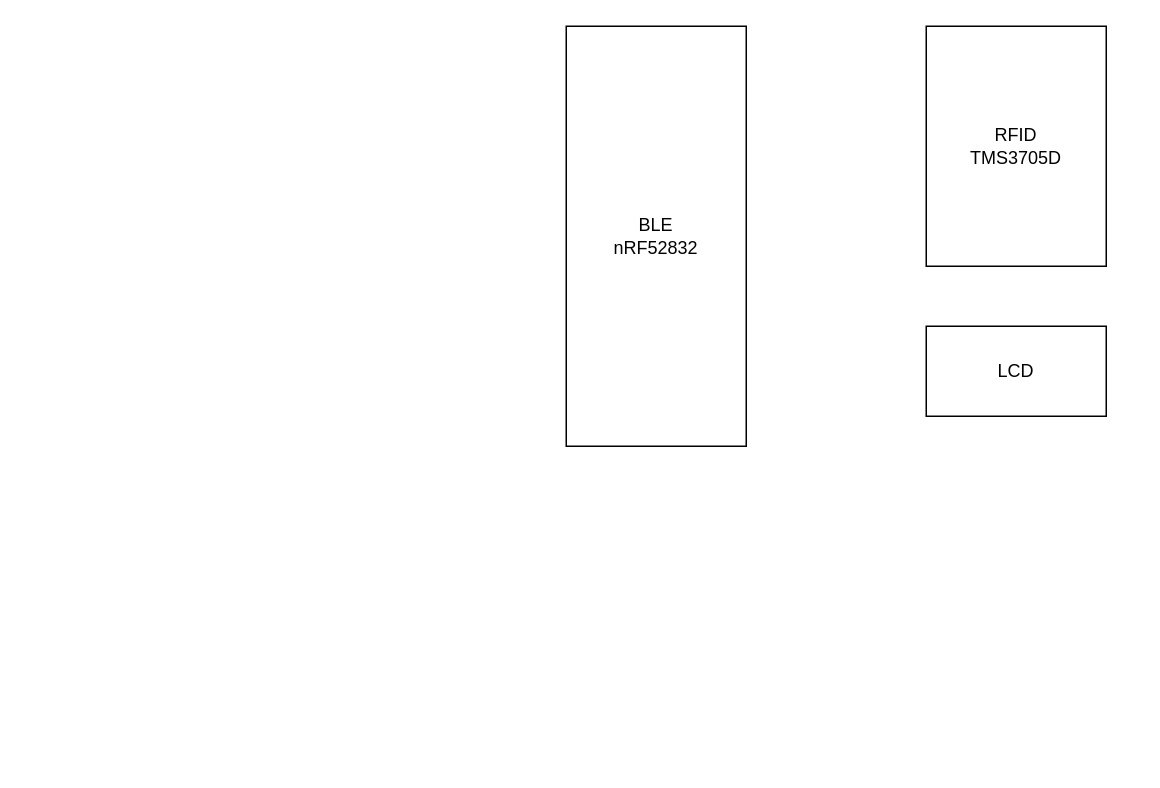
Above: iKAO.drawio in anhvanthe/01_my_drawio (draw.io), before the change. Source tidied: cells renumbered, new cells numbered last; positions are measured from the earlier drawing's top-left corner, leaving out a move shared by most shapes. Both pictures are drawn from the tidied source at 150%, with x=0, y=0 at pixel (566, 26). Pictures stored in the file or linked from it are replaced by grey dashed boxes.
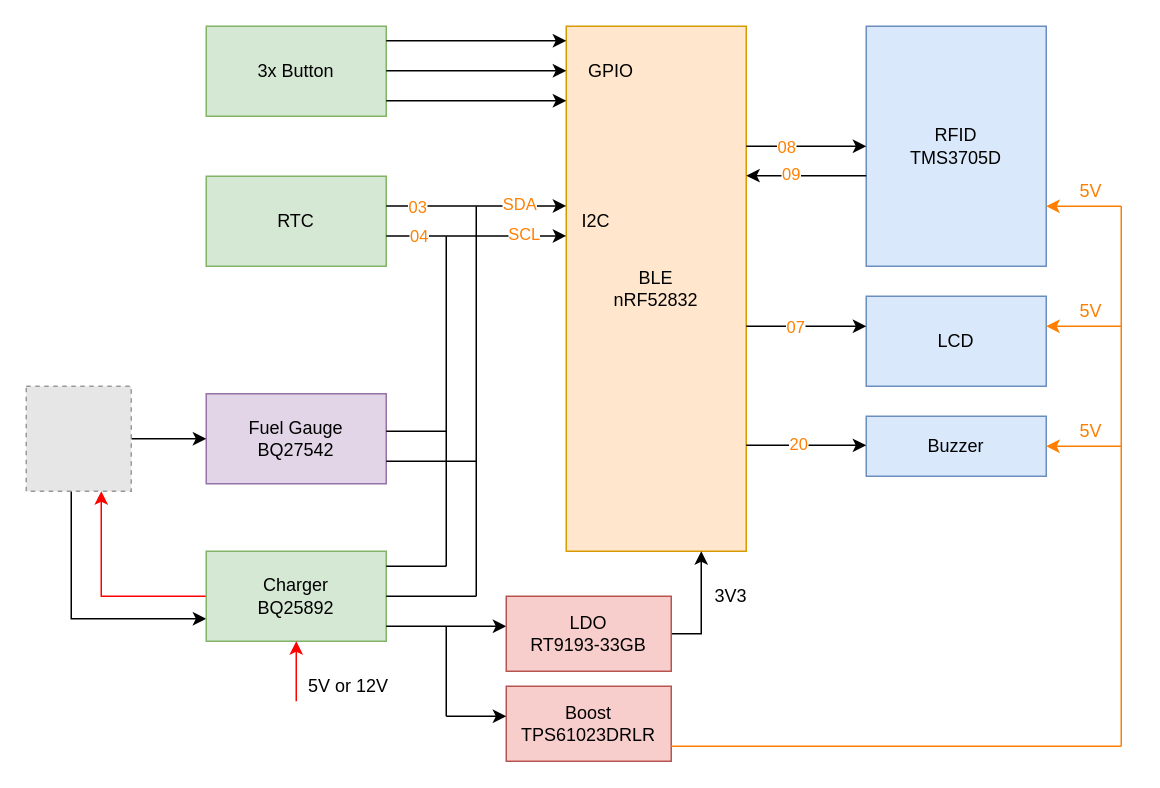
After the change.

What changed in the source:
```diff
@@
-    <mxCell id="2" value="BLE&lt;br&gt;nRF52832" style="rounded=0;whiteSpace=wrap;html=1;" parent="1" vertex="1">
-      <mxGeometry width="120" height="280" as="geometry" />
+    <mxCell id="2" value="BLE&lt;br&gt;nRF52832" style="rounded=0;whiteSpace=wrap;html=1;fillColor=#ffe6cc;strokeColor=#d79b00;" parent="1" vertex="1">
+      <mxGeometry width="120" height="350" as="geometry" />
     </mxCell>
-    <mxCell id="3" value="RFID&lt;br&gt;TMS3705D" style="rounded=0;whiteSpace=wrap;html=1;" parent="1" vertex="1">
-      <mxGeometry x="240" width="120" height="160" as="geometry" />
+    <mxCell id="3" value="RFID&lt;br&gt;TMS3705D" style="rounded=0;whiteSpace=wrap;html=1;fillColor=#dae8fc;strokeColor=#6c8ebf;" parent="1" vertex="1">
+      <mxGeometry x="200" width="120" height="160" as="geometry" />
     </mxCell>
-    <mxCell id="4" value="LCD" style="rounded=0;whiteSpace=wrap;html=1;" parent="1" vertex="1">
-      <mxGeometry x="240" y="200" width="120" height="60" as="geometry" />
+    <mxCell id="4" value="LCD" style="rounded=0;whiteSpace=wrap;html=1;fillColor=#dae8fc;strokeColor=#6c8ebf;" parent="1" vertex="1">
+      <mxGeometry x="200" y="180" width="120" height="60" as="geometry" />
     </mxCell>
+    <mxCell id="5" style="endArrow=classic;html=1;entryX=0;entryY=0.5;entryDx=0;entryDy=0;" parent="1" edge="1" target="3">
+      <mxGeometry relative="1" as="geometry">
+        <mxPoint x="120" y="80" as="sourcePoint" />
+      </mxGeometry>
+    </mxCell>
+    <mxCell id="6" value="08" style="edgeLabel;html=1;align=center;verticalAlign=middle;fontColor=#FF8000;" parent="5" vertex="1">
+      <mxGeometry x="-0.36" relative="1" as="geometry" />
+    </mxCell>
+    <mxCell id="7" value="Buzzer" style="rounded=0;whiteSpace=wrap;html=1;fillColor=#dae8fc;strokeColor=#6c8ebf;" parent="1" vertex="1">
+      <mxGeometry x="200" y="260" width="120" height="40" as="geometry" />
+    </mxCell>
+    <mxCell id="8" value="3x Button" style="rounded=0;whiteSpace=wrap;html=1;fillColor=#d5e8d4;strokeColor=#82b366;" parent="1" vertex="1">
+      <mxGeometry x="-240" width="120" height="60" as="geometry" />
+    </mxCell>
+    <mxCell id="9" style="endArrow=classic;html=1;entryX=0;entryY=0.5;entryDx=0;entryDy=0;" parent="1" edge="1">
+      <mxGeometry relative="1" as="geometry">
+        <mxPoint x="-120" y="9.7" as="sourcePoint" />
+        <mxPoint y="9.7" as="targetPoint" />
+      </mxGeometry>
+    </mxCell>
+    <mxCell id="10" style="endArrow=classic;html=1;entryX=0;entryY=0.5;entryDx=0;entryDy=0;" parent="1" edge="1">
+      <mxGeometry relative="1" as="geometry">
+        <mxPoint x="-120" y="29.7" as="sourcePoint" />
+        <mxPoint y="29.7" as="targetPoint" />
+      </mxGeometry>
+    </mxCell>
+    <mxCell id="11" style="endArrow=classic;html=1;entryX=0;entryY=0.5;entryDx=0;entryDy=0;" parent="1" edge="1">
+      <mxGeometry relative="1" as="geometry">
+        <mxPoint x="-120" y="49.7" as="sourcePoint" />
+        <mxPoint y="49.7" as="targetPoint" />
+      </mxGeometry>
+    </mxCell>
+    <mxCell id="12" value="RTC" style="rounded=0;whiteSpace=wrap;html=1;fillColor=#d5e8d4;strokeColor=#82b366;" parent="1" vertex="1">
+      <mxGeometry x="-240" y="100" width="120" height="60" as="geometry" />
+    </mxCell>
+    <mxCell id="13" style="endArrow=classic;html=1;entryX=0;entryY=0.5;entryDx=0;entryDy=0;" parent="1" edge="1">
+      <mxGeometry relative="1" as="geometry">
+        <mxPoint x="-120" y="119.8" as="sourcePoint" />
+        <mxPoint y="119.8" as="targetPoint" />
+      </mxGeometry>
+    </mxCell>
+    <mxCell id="14" value="03" style="edgeLabel;html=1;align=center;verticalAlign=middle;fontColor=#FF8000;" parent="13" vertex="1">
+      <mxGeometry x="-0.34" y="1" relative="1" as="geometry">
+        <mxPoint x="-19.5" y="1.2" as="offset" />
+      </mxGeometry>
+    </mxCell>
+    <mxCell id="15" value="SDA" style="edgeLabel;html=1;align=center;verticalAlign=middle;fontColor=#FF8000;" parent="13" vertex="1">
+      <mxGeometry x="0.46" y="1" relative="1" as="geometry" />
+    </mxCell>
+    <mxCell id="16" style="endArrow=classic;html=1;entryX=0;entryY=0.5;entryDx=0;entryDy=0;" parent="1" edge="1">
+      <mxGeometry relative="1" as="geometry">
+        <mxPoint x="-120" y="139.8" as="sourcePoint" />
+        <mxPoint y="139.8" as="targetPoint" />
+      </mxGeometry>
+    </mxCell>
+    <mxCell id="17" value="04" style="edgeLabel;html=1;align=center;verticalAlign=middle;fontColor=#FF8000;" parent="16" vertex="1">
+      <mxGeometry x="-0.65" relative="1" as="geometry" />
+    </mxCell>
+    <mxCell id="18" value="SCL" style="edgeLabel;html=1;align=center;verticalAlign=middle;fontColor=#FF8000;" parent="16" vertex="1">
+      <mxGeometry x="0.52" y="1" relative="1" as="geometry" />
+    </mxCell>
+    <mxCell id="19" value="Fuel Gauge&lt;br&gt;BQ27542" style="rounded=0;whiteSpace=wrap;html=1;fillColor=#e1d5e7;strokeColor=#9673a6;" parent="1" vertex="1">
+      <mxGeometry x="-240" y="245" width="120" height="60" as="geometry" />
+    </mxCell>
+    <mxCell id="20" style="edgeStyle=orthogonalEdgeStyle;rounded=0;jettySize=auto;html=1;" parent="1" edge="1" source="22" target="19">
+      <mxGeometry relative="1" as="geometry" />
+    </mxCell>
+    <mxCell id="21" style="edgeStyle=orthogonalEdgeStyle;rounded=0;jettySize=auto;html=1;entryX=0;entryY=0.75;entryDx=0;entryDy=0;" parent="1" edge="1" source="22" target="30">
+      <mxGeometry relative="1" as="geometry">
+        <Array as="points">
+          <mxPoint x="-330" y="395" />
+        </Array>
+      </mxGeometry>
+    </mxCell>
+    <mxCell id="22" style="fillColor=#E6E6E6;strokeColor=#999999;dashed=1;html=1;verticalAlign=top;verticalLabelPosition=bottom;labelBackgroundColor=#ffffff;" parent="1" vertex="1">
+      <mxGeometry x="-360" y="240" width="70" height="70" as="geometry" />
+    </mxCell>
+    <mxCell id="23" style="endArrow=none;html=1;" parent="1" edge="1">
+      <mxGeometry relative="1" as="geometry">
+        <mxPoint x="-80" y="360" as="sourcePoint" />
+        <mxPoint x="-80" y="140" as="targetPoint" />
+      </mxGeometry>
+    </mxCell>
+    <mxCell id="24" style="endArrow=none;html=1;" parent="1" edge="1">
+      <mxGeometry relative="1" as="geometry">
+        <mxPoint x="-60" y="380" as="sourcePoint" />
+        <mxPoint x="-60" y="120" as="targetPoint" />
+      </mxGeometry>
+    </mxCell>
+    <mxCell id="25" style="endArrow=none;html=1;" parent="1" edge="1">
+      <mxGeometry relative="1" as="geometry">
+        <mxPoint x="-120" y="270" as="sourcePoint" />
+        <mxPoint x="-80" y="270" as="targetPoint" />
+      </mxGeometry>
+    </mxCell>
+    <mxCell id="26" style="endArrow=none;html=1;" parent="1" edge="1">
+      <mxGeometry relative="1" as="geometry">
+        <mxPoint x="-120" y="290" as="sourcePoint" />
+        <mxPoint x="-60" y="290" as="targetPoint" />
+      </mxGeometry>
+    </mxCell>
+    <mxCell id="27" value="I2C" style="text;html=1;strokeColor=none;fillColor=none;align=center;verticalAlign=middle;whiteSpace=wrap;rounded=0;" parent="1" vertex="1">
+      <mxGeometry y="120" width="40" height="20" as="geometry" />
+    </mxCell>
+    <mxCell id="28" value="GPIO" style="text;html=1;strokeColor=none;fillColor=none;align=center;verticalAlign=middle;whiteSpace=wrap;rounded=0;" parent="1" vertex="1">
+      <mxGeometry x="10" y="20" width="40" height="20" as="geometry" />
+    </mxCell>
+    <mxCell id="29" style="edgeStyle=orthogonalEdgeStyle;rounded=0;jettySize=auto;html=1;strokeColor=#FF0000;" parent="1" edge="1" source="30" target="22">
+      <mxGeometry relative="1" as="geometry">
+        <Array as="points">
+          <mxPoint x="-310" y="380" />
+        </Array>
+      </mxGeometry>
+    </mxCell>
+    <mxCell id="30" value="Charger&lt;br&gt;BQ25892" style="rounded=0;whiteSpace=wrap;html=1;fillColor=#d5e8d4;strokeColor=#82b366;" parent="1" vertex="1">
+      <mxGeometry x="-240" y="350" width="120" height="60" as="geometry" />
+    </mxCell>
+    <mxCell id="31" style="endArrow=none;html=1;" parent="1" edge="1">
+      <mxGeometry relative="1" as="geometry">
+        <mxPoint x="-120" y="360" as="sourcePoint" />
+        <mxPoint x="-80" y="360" as="targetPoint" />
+      </mxGeometry>
+    </mxCell>
+    <mxCell id="32" style="endArrow=none;html=1;" parent="1" edge="1">
+      <mxGeometry relative="1" as="geometry">
+        <mxPoint x="-120" y="380" as="sourcePoint" />
+        <mxPoint x="-60" y="380" as="targetPoint" />
+      </mxGeometry>
+    </mxCell>
+    <mxCell id="33" style="endArrow=classic;html=1;strokeColor=#FF0000;exitX=0;exitY=1;exitDx=0;exitDy=0;" parent="1" edge="1" source="34">
+      <mxGeometry relative="1" as="geometry">
+        <mxPoint x="-180" y="410" as="targetPoint" />
+      </mxGeometry>
+    </mxCell>
+    <mxCell id="34" value="5V or 12V" style="text;html=1;strokeColor=none;fillColor=none;align=center;verticalAlign=middle;whiteSpace=wrap;rounded=0;" parent="1" vertex="1">
+      <mxGeometry x="-180" y="430" width="70" height="20" as="geometry" />
+    </mxCell>
+    <mxCell id="35" style="endArrow=classic;html=1;" parent="1" edge="1">
+      <mxGeometry relative="1" as="geometry">
+        <mxPoint x="-120" y="400" as="sourcePoint" />
+        <mxPoint x="-40" y="400" as="targetPoint" />
+      </mxGeometry>
+    </mxCell>
+    <mxCell id="36" style="edgeStyle=orthogonalEdgeStyle;rounded=0;jettySize=auto;html=1;strokeColor=#000000;" parent="1" edge="1" source="37" target="2">
+      <mxGeometry relative="1" as="geometry">
+        <Array as="points">
+          <mxPoint x="90" y="405" />
+        </Array>
+      </mxGeometry>
+    </mxCell>
+    <mxCell id="37" value="LDO&lt;br&gt;RT9193-33GB" style="rounded=0;whiteSpace=wrap;html=1;fillColor=#f8cecc;strokeColor=#b85450;" parent="1" vertex="1">
+      <mxGeometry x="-40" y="380" width="110" height="50" as="geometry" />
+    </mxCell>
+    <mxCell id="38" value="3V3" style="text;html=1;strokeColor=none;fillColor=none;align=center;verticalAlign=middle;whiteSpace=wrap;rounded=0;" parent="1" vertex="1">
+      <mxGeometry x="90" y="370" width="40" height="20" as="geometry" />
+    </mxCell>
+    <mxCell id="39" value="Boost&lt;br&gt;TPS61023DRLR" style="rounded=0;whiteSpace=wrap;html=1;fillColor=#f8cecc;strokeColor=#b85450;" parent="1" vertex="1">
+      <mxGeometry x="-40" y="440" width="110" height="50" as="geometry" />
+    </mxCell>
+    <mxCell id="40" style="endArrow=none;html=1;strokeColor=#000000;" parent="1" edge="1">
+      <mxGeometry relative="1" as="geometry">
+        <mxPoint x="-80" y="460" as="sourcePoint" />
+        <mxPoint x="-80" y="400" as="targetPoint" />
+      </mxGeometry>
+    </mxCell>
+    <mxCell id="41" style="endArrow=classic;html=1;strokeColor=#000000;" parent="1" edge="1">
+      <mxGeometry relative="1" as="geometry">
+        <mxPoint x="-80" y="460" as="sourcePoint" />
+        <mxPoint x="-40" y="460" as="targetPoint" />
+      </mxGeometry>
+    </mxCell>
+    <mxCell id="42" style="edgeStyle=orthogonalEdgeStyle;rounded=0;orthogonalLoop=1;jettySize=auto;html=1;strokeColor=#FF8000;" parent="1" edge="1">
+      <mxGeometry relative="1" as="geometry">
+        <mxPoint x="370" y="120" as="sourcePoint" />
+        <mxPoint x="320" y="120" as="targetPoint" />
+      </mxGeometry>
+    </mxCell>
+    <mxCell id="43" value="5V" style="text;html=1;strokeColor=none;fillColor=none;align=center;verticalAlign=middle;whiteSpace=wrap;rounded=0;fontColor=#FF8000;" parent="1" vertex="1">
+      <mxGeometry x="330" y="100" width="40" height="20" as="geometry" />
+    </mxCell>
+    <mxCell id="44" style="edgeStyle=orthogonalEdgeStyle;rounded=0;orthogonalLoop=1;jettySize=auto;html=1;strokeColor=#FF8000;" parent="1" edge="1">
+      <mxGeometry relative="1" as="geometry">
+        <mxPoint x="370" y="200" as="sourcePoint" />
+        <mxPoint x="320" y="200" as="targetPoint" />
+      </mxGeometry>
+    </mxCell>
+    <mxCell id="45" value="5V" style="text;html=1;strokeColor=none;fillColor=none;align=center;verticalAlign=middle;whiteSpace=wrap;rounded=0;fontColor=#FF8000;" parent="1" vertex="1">
+      <mxGeometry x="330" y="180" width="40" height="20" as="geometry" />
+    </mxCell>
+    <mxCell id="46" style="edgeStyle=orthogonalEdgeStyle;rounded=0;orthogonalLoop=1;jettySize=auto;html=1;strokeColor=#FF8000;" parent="1" edge="1">
+      <mxGeometry relative="1" as="geometry">
+        <mxPoint x="370" y="280" as="sourcePoint" />
+        <mxPoint x="320" y="280" as="targetPoint" />
+      </mxGeometry>
+    </mxCell>
+    <mxCell id="47" value="5V" style="text;html=1;strokeColor=none;fillColor=none;align=center;verticalAlign=middle;whiteSpace=wrap;rounded=0;fontColor=#FF8000;" parent="1" vertex="1">
+      <mxGeometry x="330" y="260" width="40" height="20" as="geometry" />
+    </mxCell>
+    <mxCell id="48" style="endArrow=none;html=1;strokeColor=#FF8000;fontColor=#FF8000;" parent="1" edge="1">
+      <mxGeometry relative="1" as="geometry">
+        <mxPoint x="70" y="480" as="sourcePoint" />
+        <mxPoint x="370" y="480" as="targetPoint" />
+      </mxGeometry>
+    </mxCell>
+    <mxCell id="49" style="endArrow=none;html=1;strokeColor=#FF8000;fontColor=#FF8000;entryX=1;entryY=1;entryDx=0;entryDy=0;" parent="1" edge="1" target="43">
+      <mxGeometry relative="1" as="geometry">
+        <mxPoint x="370" y="480" as="sourcePoint" />
+      </mxGeometry>
+    </mxCell>
+    <mxCell id="50" style="endArrow=classic;html=1;entryX=0;entryY=0.5;entryDx=0;entryDy=0;" parent="1" edge="1">
+      <mxGeometry relative="1" as="geometry">
+        <mxPoint x="200" y="99.6" as="sourcePoint" />
+        <mxPoint x="120" y="99.6" as="targetPoint" />
+      </mxGeometry>
+    </mxCell>
+    <mxCell id="51" value="09" style="edgeLabel;html=1;align=center;verticalAlign=middle;fontColor=#FF8000;" parent="50" vertex="1">
+      <mxGeometry x="0.27" y="-1" relative="1" as="geometry" />
+    </mxCell>
+    <mxCell id="52" style="endArrow=classic;html=1;entryX=0;entryY=0.5;entryDx=0;entryDy=0;" parent="1" edge="1">
+      <mxGeometry relative="1" as="geometry">
+        <mxPoint x="120" y="200" as="sourcePoint" />
+        <mxPoint x="200" y="200" as="targetPoint" />
+      </mxGeometry>
+    </mxCell>
+    <mxCell id="53" value="07" style="edgeLabel;html=1;align=center;verticalAlign=middle;fontColor=#FF8000;" parent="52" vertex="1">
+      <mxGeometry x="-0.19" relative="1" as="geometry" />
+    </mxCell>
+    <mxCell id="54" style="endArrow=classic;html=1;entryX=0;entryY=0.5;entryDx=0;entryDy=0;" parent="1" edge="1">
+      <mxGeometry relative="1" as="geometry">
+        <mxPoint x="120" y="279.4" as="sourcePoint" />
+        <mxPoint x="200" y="279.4" as="targetPoint" />
+      </mxGeometry>
+    </mxCell>
+    <mxCell id="55" value="20" style="edgeLabel;html=1;align=center;verticalAlign=middle;fontColor=#FF8000;" parent="54" vertex="1">
+      <mxGeometry x="-0.15" y="1" relative="1" as="geometry" />
+    </mxCell>
```
